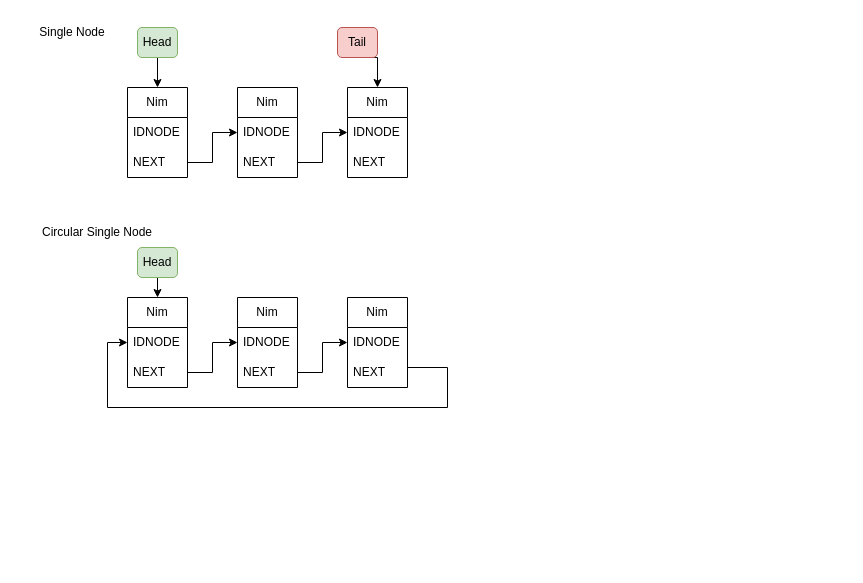
coffeeisoxygen/linkedlist-visualisation keeps this draw.io diagram as linkedlist.drawio. Above is the earlier version. Source tidied: cells renumbered, new cells numbered last; positions are measured from the earlier drawing's top-left corner, leaving out a move shared by most shapes. Both pictures are drawn from the tidied source at 100%, with x=0, y=0 at pixel (17, 17).
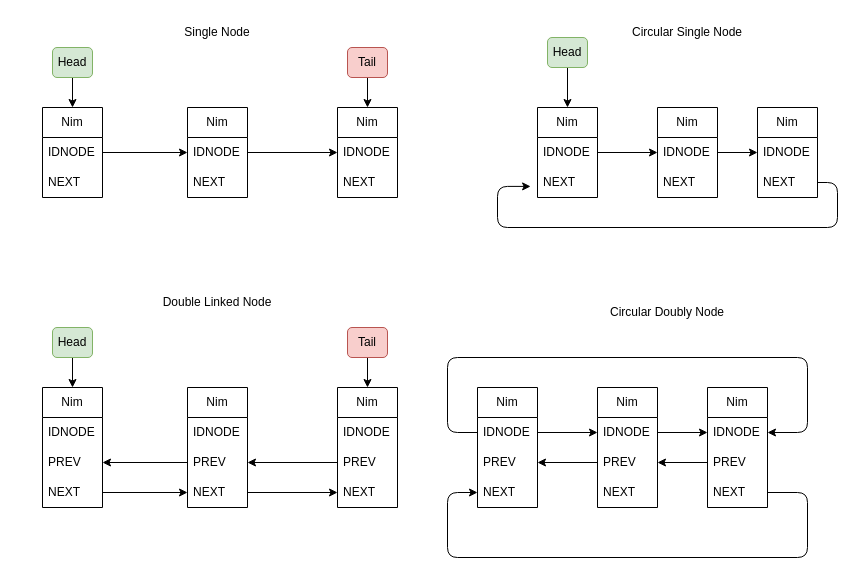
After the change.

Commit message (it also covers changes not shown here):
Refactor linked list management and add GUI controller for student operations

Unchanged cells that the change refers to:
```xml
<mxCell id="3" value="IDNODE" style="text;strokeColor=none;fillColor=none;align=left;verticalAlign=middle;spacingLeft=4;spacingRight=4;overflow=hidden;points=[[0,0.5],[1,0.5]];portConstraint=eastwest;whiteSpace=wrap;html=1;" parent="2" vertex="1">
  <mxGeometry y="30" width="60" height="30" as="geometry" />
</mxCell>
<mxCell id="4" value="NEXT" style="text;strokeColor=none;fillColor=none;align=left;verticalAlign=middle;spacingLeft=4;spacingRight=4;overflow=hidden;points=[[0,0.5],[1,0.5]];portConstraint=eastwest;whiteSpace=wrap;html=1;" parent="2" vertex="1">
  <mxGeometry y="60" width="60" height="30" as="geometry" />
</mxCell>
<mxCell id="7" value="IDNODE" style="text;strokeColor=none;fillColor=none;align=left;verticalAlign=middle;spacingLeft=4;spacingRight=4;overflow=hidden;points=[[0,0.5],[1,0.5]];portConstraint=eastwest;whiteSpace=wrap;html=1;" parent="6" vertex="1">
  <mxGeometry y="30" width="60" height="30" as="geometry" />
</mxCell>
<mxCell id="8" value="NEXT" style="text;strokeColor=none;fillColor=none;align=left;verticalAlign=middle;spacingLeft=4;spacingRight=4;overflow=hidden;points=[[0,0.5],[1,0.5]];portConstraint=eastwest;whiteSpace=wrap;html=1;" parent="6" vertex="1">
  <mxGeometry y="60" width="60" height="30" as="geometry" />
</mxCell>
<mxCell id="10" value="IDNODE" style="text;strokeColor=none;fillColor=none;align=left;verticalAlign=middle;spacingLeft=4;spacingRight=4;overflow=hidden;points=[[0,0.5],[1,0.5]];portConstraint=eastwest;whiteSpace=wrap;html=1;" parent="9" vertex="1">
  <mxGeometry y="30" width="60" height="30" as="geometry" />
</mxCell>
<mxCell id="18" value="IDNODE" style="text;strokeColor=none;fillColor=none;align=left;verticalAlign=middle;spacingLeft=4;spacingRight=4;overflow=hidden;points=[[0,0.5],[1,0.5]];portConstraint=eastwest;whiteSpace=wrap;html=1;" parent="17" vertex="1">
  <mxGeometry y="30" width="60" height="30" as="geometry" />
</mxCell>
<mxCell id="19" value="NEXT" style="text;strokeColor=none;fillColor=none;align=left;verticalAlign=middle;spacingLeft=4;spacingRight=4;overflow=hidden;points=[[0,0.5],[1,0.5]];portConstraint=eastwest;whiteSpace=wrap;html=1;" parent="17" vertex="1">
  <mxGeometry y="60" width="60" height="30" as="geometry" />
</mxCell>
<mxCell id="21" value="IDNODE" style="text;strokeColor=none;fillColor=none;align=left;verticalAlign=middle;spacingLeft=4;spacingRight=4;overflow=hidden;points=[[0,0.5],[1,0.5]];portConstraint=eastwest;whiteSpace=wrap;html=1;" parent="20" vertex="1">
  <mxGeometry y="30" width="60" height="30" as="geometry" />
</mxCell>
<mxCell id="22" value="NEXT" style="text;strokeColor=none;fillColor=none;align=left;verticalAlign=middle;spacingLeft=4;spacingRight=4;overflow=hidden;points=[[0,0.5],[1,0.5]];portConstraint=eastwest;whiteSpace=wrap;html=1;" parent="20" vertex="1">
  <mxGeometry y="60" width="60" height="30" as="geometry" />
</mxCell>
<mxCell id="24" value="IDNODE" style="text;strokeColor=none;fillColor=none;align=left;verticalAlign=middle;spacingLeft=4;spacingRight=4;overflow=hidden;points=[[0,0.5],[1,0.5]];portConstraint=eastwest;whiteSpace=wrap;html=1;" parent="23" vertex="1">
  <mxGeometry y="30" width="60" height="30" as="geometry" />
</mxCell>
<mxCell id="25" value="NEXT" style="text;strokeColor=none;fillColor=none;align=left;verticalAlign=middle;spacingLeft=4;spacingRight=4;overflow=hidden;points=[[0,0.5],[1,0.5]];portConstraint=eastwest;whiteSpace=wrap;html=1;" parent="23" vertex="1">
  <mxGeometry y="60" width="60" height="30" as="geometry" />
</mxCell>
```

The edit, as a diff of the source:
```diff
@@
     <mxCell id="2" value="Nim" style="swimlane;fontStyle=0;horizontal=1;startSize=30;whiteSpace=wrap;html=1;" parent="1" vertex="1">
-      <mxGeometry x="110" y="70" width="60" height="90" as="geometry" />
+      <mxGeometry x="25" y="90" width="60" height="90" as="geometry" />
     </mxCell>
@@
     <mxCell id="5" value="Single Node" style="text;html=1;align=center;verticalAlign=middle;whiteSpace=wrap;rounded=0;" parent="1" vertex="1">
-      <mxGeometry width="110" height="30" as="geometry" />
+      <mxGeometry x="145" width="110" height="30" as="geometry" />
     </mxCell>
+    <mxCell id="33" style="edgeStyle=orthogonalEdgeStyle;html=1;entryX=0;entryY=0.5;entryDx=0;entryDy=0;fontColor=#000000;" parent="1" edge="1" source="6" target="10">
+      <mxGeometry relative="1" as="geometry" />
+    </mxCell>
     <mxCell id="6" value="Nim" style="swimlane;fontStyle=0;horizontal=1;startSize=30;whiteSpace=wrap;html=1;" parent="1" vertex="1">
-      <mxGeometry x="220" y="70" width="60" height="90" as="geometry" />
+      <mxGeometry x="170" y="90" width="60" height="90" as="geometry" />
     </mxCell>
@@
     <mxCell id="9" value="Nim" style="swimlane;fontStyle=0;horizontal=1;startSize=30;whiteSpace=wrap;html=1;" parent="1" vertex="1">
-      <mxGeometry x="330" y="70" width="60" height="90" as="geometry" />
+      <mxGeometry x="320" y="90" width="60" height="90" as="geometry" />
     </mxCell>
@@
-    <mxCell id="13" value="Head" style="rounded=1;whiteSpace=wrap;html=1;fillColor=#d5e8d4;strokeColor=#82b366;" parent="1" vertex="1">
-      <mxGeometry x="120" y="10" width="40" height="30" as="geometry" />
+    <mxCell id="13" value="Head" style="rounded=1;whiteSpace=wrap;html=1;fillColor=#d5e8d4;strokeColor=#82b366;fontColor=#000000;" parent="1" vertex="1">
+      <mxGeometry x="35" y="30" width="40" height="30" as="geometry" />
     </mxCell>
@@
-    <mxCell id="15" value="Tail" style="rounded=1;whiteSpace=wrap;html=1;fillColor=#f8cecc;strokeColor=#b85450;" parent="1" vertex="1">
-      <mxGeometry x="320" y="10" width="40" height="30" as="geometry" />
+    <mxCell id="15" value="Tail" style="rounded=1;whiteSpace=wrap;html=1;fillColor=#f8cecc;strokeColor=#b85450;fontColor=#000000;" parent="1" vertex="1">
+      <mxGeometry x="330" y="30" width="40" height="30" as="geometry" />
     </mxCell>
-    <mxCell id="16" value="Circular Single Node" style="text;html=1;align=center;verticalAlign=middle;whiteSpace=wrap;rounded=0;" parent="1" vertex="1">
-      <mxGeometry y="200" width="160" height="30" as="geometry" />
+    <mxCell id="16" value="Double Linked Node" style="text;html=1;align=center;verticalAlign=middle;whiteSpace=wrap;rounded=0;" parent="1" vertex="1">
+      <mxGeometry x="120" y="270" width="160" height="30" as="geometry" />
     </mxCell>
+    <mxCell id="34" value="Nim" style="swimlane;fontStyle=0;horizontal=1;startSize=30;whiteSpace=wrap;html=1;" parent="1" vertex="1">
+      <mxGeometry x="25" y="370" width="60" height="120" as="geometry" />
+    </mxCell>
+    <mxCell id="35" value="IDNODE" style="text;strokeColor=none;fillColor=none;align=left;verticalAlign=middle;spacingLeft=4;spacingRight=4;overflow=hidden;whiteSpace=wrap;html=1;" parent="34" vertex="1">
+      <mxGeometry y="30" width="60" height="30" as="geometry" />
+    </mxCell>
+    <mxCell id="36" value="PREV" style="text;strokeColor=none;fillColor=none;align=left;verticalAlign=middle;spacingLeft=4;spacingRight=4;overflow=hidden;points=[[0,0.5],[1,0.5]];portConstraint=eastwest;whiteSpace=wrap;html=1;" parent="34" vertex="1">
+      <mxGeometry y="60" width="60" height="30" as="geometry" />
+    </mxCell>
+    <mxCell id="37" value="NEXT" style="text;strokeColor=none;fillColor=none;align=left;verticalAlign=middle;spacingLeft=4;spacingRight=4;overflow=hidden;points=[[0,0.5],[1,0.5]];portConstraint=eastwest;whiteSpace=wrap;html=1;" parent="34" vertex="1">
+      <mxGeometry y="90" width="60" height="30" as="geometry" />
+    </mxCell>
+    <mxCell id="38" value="Nim" style="swimlane;fontStyle=0;horizontal=1;startSize=30;whiteSpace=wrap;html=1;" parent="1" vertex="1">
+      <mxGeometry x="170" y="370" width="60" height="120" as="geometry" />
+    </mxCell>
+    <mxCell id="39" value="IDNODE" style="text;strokeColor=none;fillColor=none;align=left;verticalAlign=middle;spacingLeft=4;spacingRight=4;overflow=hidden;whiteSpace=wrap;html=1;" parent="38" vertex="1">
+      <mxGeometry y="30" width="60" height="30" as="geometry" />
+    </mxCell>
+    <mxCell id="40" value="PREV" style="text;strokeColor=none;fillColor=none;align=left;verticalAlign=middle;spacingLeft=4;spacingRight=4;overflow=hidden;points=[[0,0.5],[1,0.5]];portConstraint=eastwest;whiteSpace=wrap;html=1;" parent="38" vertex="1">
+      <mxGeometry y="60" width="60" height="30" as="geometry" />
+    </mxCell>
+    <mxCell id="41" value="NEXT" style="text;strokeColor=none;fillColor=none;align=left;verticalAlign=middle;spacingLeft=4;spacingRight=4;overflow=hidden;points=[[0,0.5],[1,0.5]];portConstraint=eastwest;whiteSpace=wrap;html=1;" parent="38" vertex="1">
+      <mxGeometry y="90" width="60" height="30" as="geometry" />
+    </mxCell>
+    <mxCell id="42" value="Nim" style="swimlane;fontStyle=0;horizontal=1;startSize=30;whiteSpace=wrap;html=1;" parent="1" vertex="1">
+      <mxGeometry x="320" y="370" width="60" height="120" as="geometry" />
+    </mxCell>
+    <mxCell id="43" value="IDNODE" style="text;strokeColor=none;fillColor=none;align=left;verticalAlign=middle;spacingLeft=4;spacingRight=4;overflow=hidden;whiteSpace=wrap;html=1;" parent="42" vertex="1">
+      <mxGeometry y="30" width="60" height="30" as="geometry" />
+    </mxCell>
+    <mxCell id="44" value="PREV" style="text;strokeColor=none;fillColor=none;align=left;verticalAlign=middle;spacingLeft=4;spacingRight=4;overflow=hidden;points=[[0,0.5],[1,0.5]];portConstraint=eastwest;whiteSpace=wrap;html=1;" parent="42" vertex="1">
+      <mxGeometry y="60" width="60" height="30" as="geometry" />
+    </mxCell>
+    <mxCell id="45" value="NEXT" style="text;strokeColor=none;fillColor=none;align=left;verticalAlign=middle;spacingLeft=4;spacingRight=4;overflow=hidden;points=[[0,0.5],[1,0.5]];portConstraint=eastwest;whiteSpace=wrap;html=1;" parent="42" vertex="1">
+      <mxGeometry y="90" width="60" height="30" as="geometry" />
+    </mxCell>
+    <mxCell id="46" style="edgeStyle=orthogonalEdgeStyle;html=1;fontColor=#000000;" parent="1" edge="1" source="3" target="7">
+      <mxGeometry relative="1" as="geometry" />
+    </mxCell>
+    <mxCell id="47" style="edgeStyle=orthogonalEdgeStyle;html=1;entryX=0.5;entryY=0;entryDx=0;entryDy=0;fontColor=#000000;" parent="1" edge="1" source="48" target="34">
+      <mxGeometry relative="1" as="geometry" />
+    </mxCell>
+    <mxCell id="48" value="Head" style="rounded=1;whiteSpace=wrap;html=1;fillColor=#d5e8d4;strokeColor=#82b366;fontColor=#000000;" parent="1" vertex="1">
+      <mxGeometry x="35" y="310" width="40" height="30" as="geometry" />
+    </mxCell>
+    <mxCell id="49" style="edgeStyle=orthogonalEdgeStyle;html=1;entryX=0.5;entryY=0;entryDx=0;entryDy=0;fontColor=#000000;" parent="1" edge="1" source="50" target="42">
+      <mxGeometry relative="1" as="geometry" />
+    </mxCell>
+    <mxCell id="50" value="Tail" style="rounded=1;whiteSpace=wrap;html=1;fillColor=#f8cecc;strokeColor=#b85450;fontColor=#000000;" parent="1" vertex="1">
+      <mxGeometry x="330" y="310" width="40" height="30" as="geometry" />
+    </mxCell>
+    <mxCell id="51" value="Circular Single Node" style="text;html=1;align=center;verticalAlign=middle;whiteSpace=wrap;rounded=0;" parent="1" vertex="1">
+      <mxGeometry x="590" width="160" height="30" as="geometry" />
+    </mxCell>
+    <mxCell id="52" style="edgeStyle=orthogonalEdgeStyle;html=1;fontColor=#000000;" parent="1" edge="1" source="37" target="41">
+      <mxGeometry relative="1" as="geometry" />
+    </mxCell>
+    <mxCell id="53" style="edgeStyle=orthogonalEdgeStyle;html=1;fontColor=#000000;" parent="1" edge="1" source="41" target="45">
+      <mxGeometry relative="1" as="geometry" />
+    </mxCell>
+    <mxCell id="54" style="edgeStyle=orthogonalEdgeStyle;html=1;fontColor=#000000;" parent="1" edge="1" source="44" target="40">
+      <mxGeometry relative="1" as="geometry" />
+    </mxCell>
+    <mxCell id="55" style="edgeStyle=orthogonalEdgeStyle;html=1;fontColor=#000000;" parent="1" edge="1" source="40" target="36">
+      <mxGeometry relative="1" as="geometry" />
+    </mxCell>
+    <mxCell id="56" style="group;" parent="1" vertex="1">
+      <mxGeometry x="480" y="20" width="340" height="190" as="geometry" />
+    </mxCell>
-    <mxCell id="17" value="Nim" style="swimlane;fontStyle=0;horizontal=1;startSize=30;whiteSpace=wrap;html=1;" parent="1" vertex="1">
-      <mxGeometry x="110" y="280" width="60" height="90" as="geometry" />
+    <mxCell id="17" value="Nim" style="swimlane;fontStyle=0;horizontal=1;startSize=30;whiteSpace=wrap;html=1;" parent="56" vertex="1">
+      <mxGeometry x="40" y="70" width="60" height="90" as="geometry" />
     </mxCell>
@@
-    <mxCell id="20" value="Nim" style="swimlane;fontStyle=0;horizontal=1;startSize=30;whiteSpace=wrap;html=1;" parent="1" vertex="1">
-      <mxGeometry x="220" y="280" width="60" height="90" as="geometry" />
+    <mxCell id="20" value="Nim" style="swimlane;fontStyle=0;horizontal=1;startSize=30;whiteSpace=wrap;html=1;" parent="56" vertex="1">
+      <mxGeometry x="160" y="70" width="60" height="90" as="geometry" />
     </mxCell>
@@
-    <mxCell id="23" value="Nim" style="swimlane;fontStyle=0;horizontal=1;startSize=30;whiteSpace=wrap;html=1;" parent="1" vertex="1">
-      <mxGeometry x="330" y="280" width="60" height="90" as="geometry" />
+    <mxCell id="23" value="Nim" style="swimlane;fontStyle=0;horizontal=1;startSize=30;whiteSpace=wrap;html=1;" parent="56" vertex="1">
+      <mxGeometry x="260" y="70" width="60" height="90" as="geometry" />
     </mxCell>
@@
-    <mxCell id="26" style="edgeStyle=orthogonalEdgeStyle;rounded=0;jettySize=auto;html=1;exitX=0.5;exitY=1;exitDx=0;exitDy=0;entryX=0.5;entryY=0;entryDx=0;entryDy=0;" parent="1" edge="1" source="27" target="17">
+    <mxCell id="26" style="edgeStyle=orthogonalEdgeStyle;rounded=0;jettySize=auto;html=1;exitX=0.5;exitY=1;exitDx=0;exitDy=0;entryX=0.5;entryY=0;entryDx=0;entryDy=0;" parent="56" edge="1" source="27" target="17">
       <mxGeometry relative="1" as="geometry" />
     </mxCell>
-    <mxCell id="27" value="Head" style="rounded=1;whiteSpace=wrap;html=1;fillColor=#d5e8d4;strokeColor=#82b366;" parent="1" vertex="1">
-      <mxGeometry x="120" y="230" width="40" height="30" as="geometry" />
+    <mxCell id="27" value="Head" style="rounded=1;whiteSpace=wrap;html=1;fillColor=#d5e8d4;strokeColor=#82b366;fontColor=#000000;" parent="56" vertex="1">
+      <mxGeometry x="50" width="40" height="30" as="geometry" />
     </mxCell>
-    <mxCell id="28" style="edgeStyle=orthogonalEdgeStyle;rounded=0;jettySize=auto;html=1;entryX=0;entryY=0.5;entryDx=0;entryDy=0;exitX=1;exitY=0.5;exitDx=0;exitDy=0;" parent="1" edge="1" source="25" target="18">
-      <mxGeometry relative="1" as="geometry">
-        <Array as="points">
-          <mxPoint x="390" y="350" />
-          <mxPoint x="430" y="350" />
-          <mxPoint x="430" y="390" />
-          <mxPoint x="90" y="390" />
-          <mxPoint x="90" y="325" />
-        </Array>
-      </mxGeometry>
-    </mxCell>
-    <mxCell id="29" style="edgeStyle=orthogonalEdgeStyle;rounded=0;jettySize=auto;html=1;entryX=0;entryY=0.5;entryDx=0;entryDy=0;" parent="1" edge="1" source="8" target="10">
-      <mxGeometry relative="1" as="geometry" />
-    </mxCell>
-    <mxCell id="30" style="edgeStyle=orthogonalEdgeStyle;rounded=0;jettySize=auto;html=1;entryX=0;entryY=0.5;entryDx=0;entryDy=0;" parent="1" edge="1" source="4" target="7">
-      <mxGeometry relative="1" as="geometry" />
-    </mxCell>
-    <mxCell id="31" style="edgeStyle=orthogonalEdgeStyle;rounded=0;jettySize=auto;html=1;entryX=0;entryY=0.5;entryDx=0;entryDy=0;" parent="1" edge="1" source="19" target="21">
-      <mxGeometry relative="1" as="geometry" />
-    </mxCell>
-    <mxCell id="32" style="edgeStyle=orthogonalEdgeStyle;rounded=0;jettySize=auto;html=1;entryX=0;entryY=0.5;entryDx=0;entryDy=0;" parent="1" edge="1" source="22" target="24">
-      <mxGeometry relative="1" as="geometry" />
-    </mxCell>
+    <mxCell id="57" style="edgeStyle=orthogonalEdgeStyle;html=1;entryX=0;entryY=0.5;entryDx=0;entryDy=0;fontColor=#000000;" parent="56" edge="1" source="18" target="21">
+      <mxGeometry relative="1" as="geometry" />
+    </mxCell>
+    <mxCell id="58" style="edgeStyle=orthogonalEdgeStyle;html=1;fontColor=#000000;" parent="56" edge="1" source="21" target="24">
+      <mxGeometry relative="1" as="geometry" />
+    </mxCell>
+    <mxCell id="59" style="edgeStyle=orthogonalEdgeStyle;html=1;entryX=-0.115;entryY=0.63;entryDx=0;entryDy=0;entryPerimeter=0;fontColor=#000000;" parent="56" edge="1" source="25" target="19">
+      <mxGeometry relative="1" as="geometry">
+        <Array as="points">
+          <mxPoint x="340" y="145" />
+          <mxPoint x="340" y="190" />
+          <mxPoint y="190" />
+          <mxPoint y="149" />
+        </Array>
+      </mxGeometry>
+    </mxCell>
+    <mxCell id="60" value="Nim" style="swimlane;fontStyle=0;horizontal=1;startSize=30;whiteSpace=wrap;html=1;" parent="1" vertex="1">
+      <mxGeometry x="460" y="370" width="60" height="120" as="geometry" />
+    </mxCell>
+    <mxCell id="61" value="IDNODE" style="text;strokeColor=none;fillColor=none;align=left;verticalAlign=middle;spacingLeft=4;spacingRight=4;overflow=hidden;points=[[0,0.5],[1,0.5]];portConstraint=eastwest;whiteSpace=wrap;html=1;" parent="60" vertex="1">
+      <mxGeometry y="30" width="60" height="30" as="geometry" />
+    </mxCell>
+    <mxCell id="62" value="PREV" style="text;strokeColor=none;fillColor=none;align=left;verticalAlign=middle;spacingLeft=4;spacingRight=4;overflow=hidden;points=[[0,0.5],[1,0.5]];portConstraint=eastwest;whiteSpace=wrap;html=1;" parent="60" vertex="1">
+      <mxGeometry y="60" width="60" height="30" as="geometry" />
+    </mxCell>
+    <mxCell id="63" value="NEXT" style="text;strokeColor=none;fillColor=none;align=left;verticalAlign=middle;spacingLeft=4;spacingRight=4;overflow=hidden;points=[[0,0.5],[1,0.5]];portConstraint=eastwest;whiteSpace=wrap;html=1;" parent="60" vertex="1">
+      <mxGeometry y="90" width="60" height="30" as="geometry" />
+    </mxCell>
+    <mxCell id="64" value="Nim" style="swimlane;fontStyle=0;horizontal=1;startSize=30;whiteSpace=wrap;html=1;" parent="1" vertex="1">
+      <mxGeometry x="580" y="370" width="60" height="120" as="geometry" />
+    </mxCell>
+    <mxCell id="65" value="IDNODE" style="text;strokeColor=none;fillColor=none;align=left;verticalAlign=middle;spacingLeft=4;spacingRight=4;overflow=hidden;points=[[0,0.5],[1,0.5]];portConstraint=eastwest;whiteSpace=wrap;html=1;" parent="64" vertex="1">
+      <mxGeometry y="30" width="60" height="30" as="geometry" />
+    </mxCell>
+    <mxCell id="66" value="PREV" style="text;strokeColor=none;fillColor=none;align=left;verticalAlign=middle;spacingLeft=4;spacingRight=4;overflow=hidden;points=[[0,0.5],[1,0.5]];portConstraint=eastwest;whiteSpace=wrap;html=1;" parent="64" vertex="1">
+      <mxGeometry y="60" width="60" height="30" as="geometry" />
+    </mxCell>
+    <mxCell id="67" value="NEXT" style="text;strokeColor=none;fillColor=none;align=left;verticalAlign=middle;spacingLeft=4;spacingRight=4;overflow=hidden;whiteSpace=wrap;html=1;" parent="64" vertex="1">
+      <mxGeometry y="90" width="60" height="30" as="geometry" />
+    </mxCell>
+    <mxCell id="68" value="Nim" style="swimlane;fontStyle=0;horizontal=1;startSize=30;whiteSpace=wrap;html=1;" parent="1" vertex="1">
+      <mxGeometry x="690" y="370" width="60" height="120" as="geometry" />
+    </mxCell>
+    <mxCell id="69" value="IDNODE" style="text;strokeColor=none;fillColor=none;align=left;verticalAlign=middle;spacingLeft=4;spacingRight=4;overflow=hidden;points=[[0,0.5],[1,0.5]];portConstraint=eastwest;whiteSpace=wrap;html=1;" parent="68" vertex="1">
+      <mxGeometry y="30" width="60" height="30" as="geometry" />
+    </mxCell>
+    <mxCell id="70" value="PREV" style="text;strokeColor=none;fillColor=none;align=left;verticalAlign=middle;spacingLeft=4;spacingRight=4;overflow=hidden;points=[[0,0.5],[1,0.5]];portConstraint=eastwest;whiteSpace=wrap;html=1;" parent="68" vertex="1">
+      <mxGeometry y="60" width="60" height="30" as="geometry" />
+    </mxCell>
+    <mxCell id="71" value="NEXT" style="text;strokeColor=none;fillColor=none;align=left;verticalAlign=middle;spacingLeft=4;spacingRight=4;overflow=hidden;points=[[0,0.5],[1,0.5]];portConstraint=eastwest;whiteSpace=wrap;html=1;" parent="68" vertex="1">
+      <mxGeometry y="90" width="60" height="30" as="geometry" />
+    </mxCell>
+    <mxCell id="72" value="Circular Doubly Node" style="text;html=1;align=center;verticalAlign=middle;whiteSpace=wrap;rounded=0;" parent="1" vertex="1">
+      <mxGeometry x="570" y="280" width="160" height="30" as="geometry" />
+    </mxCell>
+    <mxCell id="73" style="edgeStyle=orthogonalEdgeStyle;html=1;entryX=0;entryY=0.5;entryDx=0;entryDy=0;fontColor=#FFFFFF;" parent="1" edge="1" source="61" target="65">
+      <mxGeometry relative="1" as="geometry" />
+    </mxCell>
+    <mxCell id="74" style="edgeStyle=orthogonalEdgeStyle;html=1;entryX=0;entryY=0.5;entryDx=0;entryDy=0;fontColor=#FFFFFF;" parent="1" edge="1" source="65" target="69">
+      <mxGeometry relative="1" as="geometry" />
+    </mxCell>
+    <mxCell id="75" style="edgeStyle=orthogonalEdgeStyle;html=1;entryX=1;entryY=0.5;entryDx=0;entryDy=0;fontColor=#FFFFFF;" parent="1" edge="1" source="70" target="66">
+      <mxGeometry relative="1" as="geometry" />
+    </mxCell>
+    <mxCell id="76" style="edgeStyle=orthogonalEdgeStyle;html=1;entryX=1;entryY=0.5;entryDx=0;entryDy=0;fontColor=#FFFFFF;" parent="1" edge="1" source="66" target="62">
+      <mxGeometry relative="1" as="geometry" />
+    </mxCell>
+    <mxCell id="77" style="edgeStyle=orthogonalEdgeStyle;html=1;entryX=0;entryY=0.5;entryDx=0;entryDy=0;fontColor=#FFFFFF;" parent="1" edge="1" source="71" target="63">
+      <mxGeometry relative="1" as="geometry">
+        <Array as="points">
+          <mxPoint x="790" y="475" />
+          <mxPoint x="790" y="540" />
+          <mxPoint x="430" y="540" />
+          <mxPoint x="430" y="475" />
+        </Array>
+      </mxGeometry>
+    </mxCell>
+    <mxCell id="78" style="edgeStyle=orthogonalEdgeStyle;html=1;entryX=1;entryY=0.5;entryDx=0;entryDy=0;fontColor=#FFFFFF;" parent="1" edge="1" source="61" target="69">
+      <mxGeometry relative="1" as="geometry">
+        <Array as="points">
+          <mxPoint x="430" y="415" />
+          <mxPoint x="430" y="340" />
+          <mxPoint x="790" y="340" />
+          <mxPoint x="790" y="415" />
+        </Array>
+      </mxGeometry>
+    </mxCell>
```
